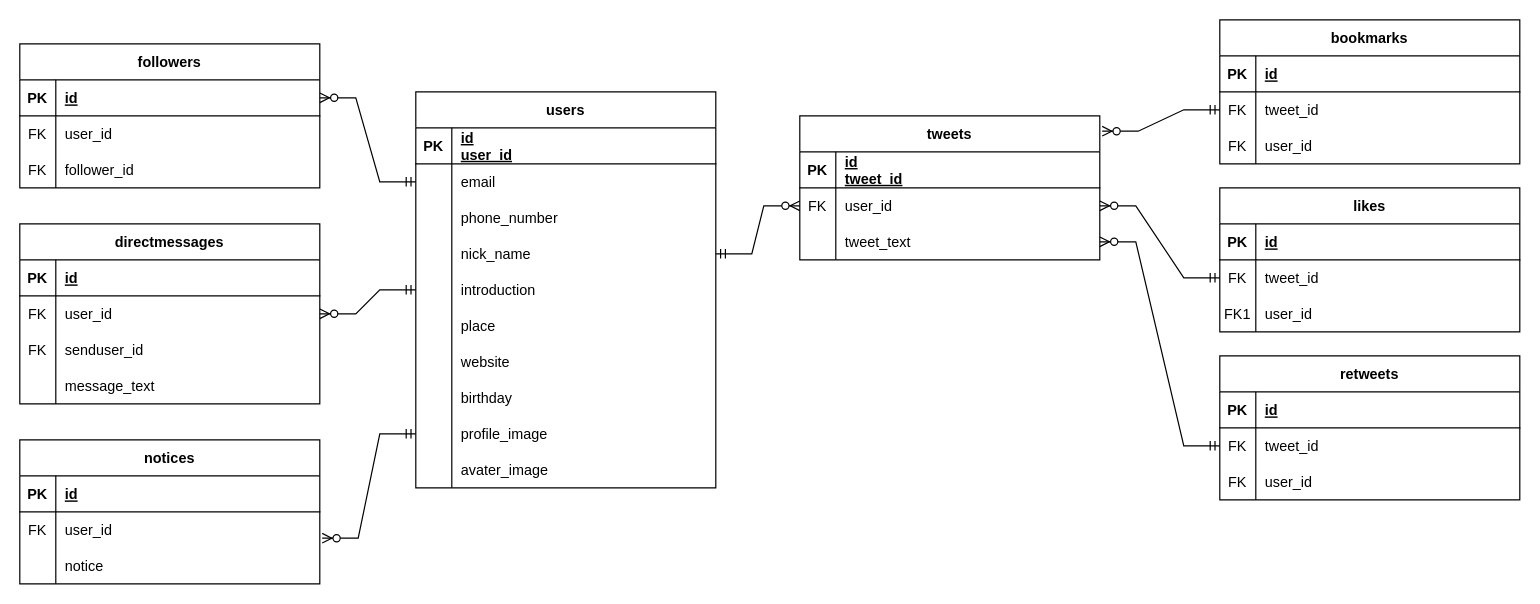
Before: twitter_draft.drawio in hie3-336/ER-draw.io, a draw.io diagram. Source tidied: cells renumbered, new cells numbered last; positions are measured from the earlier drawing's top-left corner, leaving out a move shared by most shapes. Both pictures are drawn from the tidied source at 120%, with x=0, y=0 at pixel (19, 19).
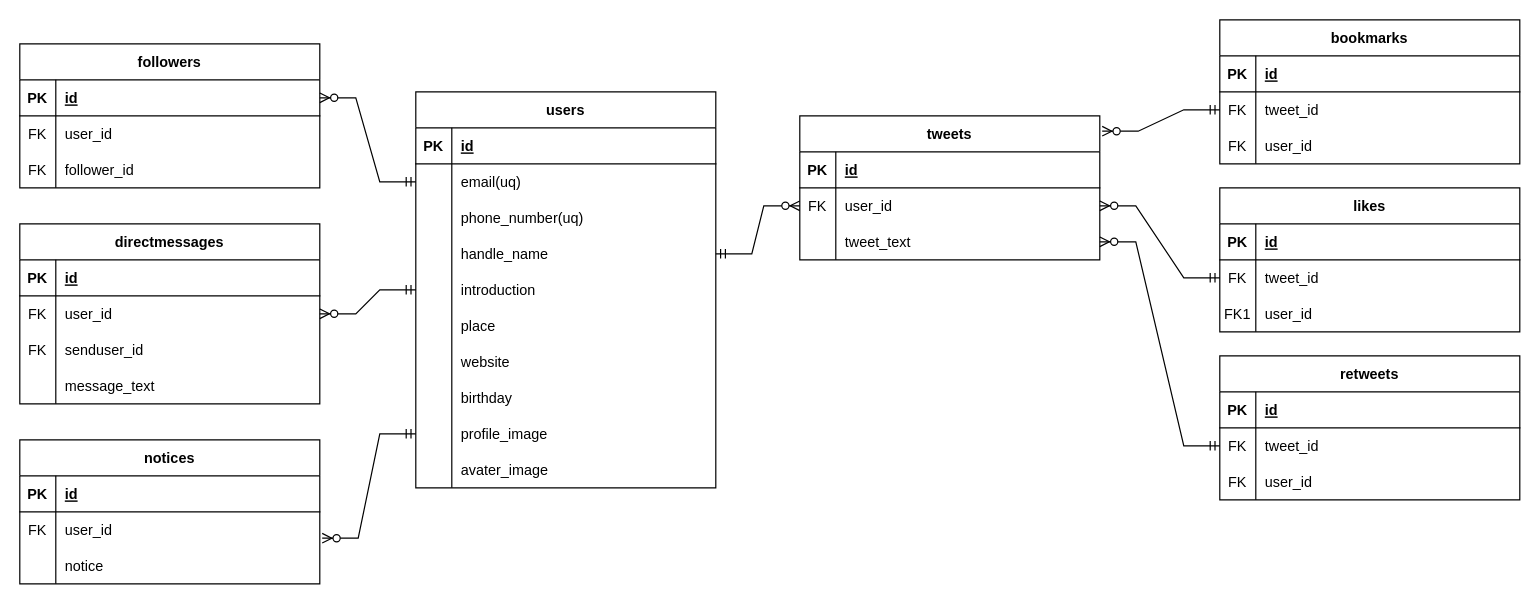
The same page after the edit.

Commit message:
twitter_draft.drawio を更新します

The change refers to these unchanged cells:
```xml
<mxCell id="3" style="shape=partialRectangle;fillColor=none;top=0;left=0;right=0;bottom=1;" parent="2" vertex="1">
  <mxGeometry y="30" width="250" height="30" as="geometry" />
</mxCell>
<mxCell id="6" style="shape=partialRectangle;fillColor=none;points=[[0,0.5],[1,0.5]];portConstraint=eastwest;top=0;left=0;right=0;bottom=0;" parent="2" vertex="1">
  <mxGeometry y="60" width="250" height="30" as="geometry" />
</mxCell>
<mxCell id="9" style="shape=partialRectangle;fillColor=none;top=0;left=0;right=0;bottom=0;" parent="2" vertex="1">
  <mxGeometry y="90" width="250" height="30" as="geometry" />
</mxCell>
<mxCell id="12" style="shape=partialRectangle;fillColor=none;points=[[0,0.5],[1,0.5]];portConstraint=eastwest;top=0;left=0;right=0;bottom=0;" parent="2" vertex="1">
  <mxGeometry y="120" width="250" height="30" as="geometry" />
</mxCell>
<mxCell id="34" style="shape=partialRectangle;fillColor=none;top=0;left=0;right=0;bottom=1;" parent="33" vertex="1">
  <mxGeometry y="30" width="250" height="30" as="geometry" />
</mxCell>
```

Change to the diagram source:
```diff
@@
-    <mxCell id="5" value="id&#10;user_id&#10;" style="shape=partialRectangle;overflow=hidden;fillColor=none;top=0;left=0;bottom=0;right=0;align=left;spacingLeft=6;fontStyle=5;" parent="3" vertex="1">
+    <mxCell id="5" value="id" style="shape=partialRectangle;overflow=hidden;fillColor=none;top=0;left=0;bottom=0;right=0;align=left;spacingLeft=6;fontStyle=5;" parent="3" vertex="1">
       <mxGeometry x="30" width="220" height="30" as="geometry" />
     </mxCell>
@@
-    <mxCell id="8" value="email" style="shape=partialRectangle;overflow=hidden;fillColor=none;top=0;left=0;bottom=0;right=0;align=left;spacingLeft=6;" parent="6" vertex="1">
+    <mxCell id="8" value="email(uq)" style="shape=partialRectangle;overflow=hidden;fillColor=none;top=0;left=0;bottom=0;right=0;align=left;spacingLeft=6;" parent="6" vertex="1">
       <mxGeometry x="30" width="220" height="30" as="geometry" />
     </mxCell>
@@
-    <mxCell id="11" value="phone_number" style="shape=partialRectangle;overflow=hidden;fillColor=none;top=0;left=0;bottom=0;right=0;align=left;spacingLeft=6;" parent="9" vertex="1">
+    <mxCell id="11" value="phone_number(uq)" style="shape=partialRectangle;overflow=hidden;fillColor=none;top=0;left=0;bottom=0;right=0;align=left;spacingLeft=6;" parent="9" vertex="1">
       <mxGeometry x="30" width="220" height="30" as="geometry" />
     </mxCell>
@@
-    <mxCell id="14" value="nick_name" style="shape=partialRectangle;overflow=hidden;fillColor=none;top=0;left=0;bottom=0;right=0;align=left;spacingLeft=6;" parent="12" vertex="1">
+    <mxCell id="14" value="handle_name" style="shape=partialRectangle;overflow=hidden;fillColor=none;top=0;left=0;bottom=0;right=0;align=left;spacingLeft=6;" parent="12" vertex="1">
       <mxGeometry x="30" width="220" height="30" as="geometry" />
     </mxCell>
@@
-    <mxCell id="36" value="id&#10;tweet_id&#10;" style="shape=partialRectangle;overflow=hidden;fillColor=none;top=0;left=0;bottom=0;right=0;align=left;spacingLeft=6;fontStyle=5;" parent="34" vertex="1">
+    <mxCell id="36" value="id" style="shape=partialRectangle;overflow=hidden;fillColor=none;top=0;left=0;bottom=0;right=0;align=left;spacingLeft=6;fontStyle=5;" parent="34" vertex="1">
       <mxGeometry x="30" width="220" height="30" as="geometry" />
     </mxCell>
```
